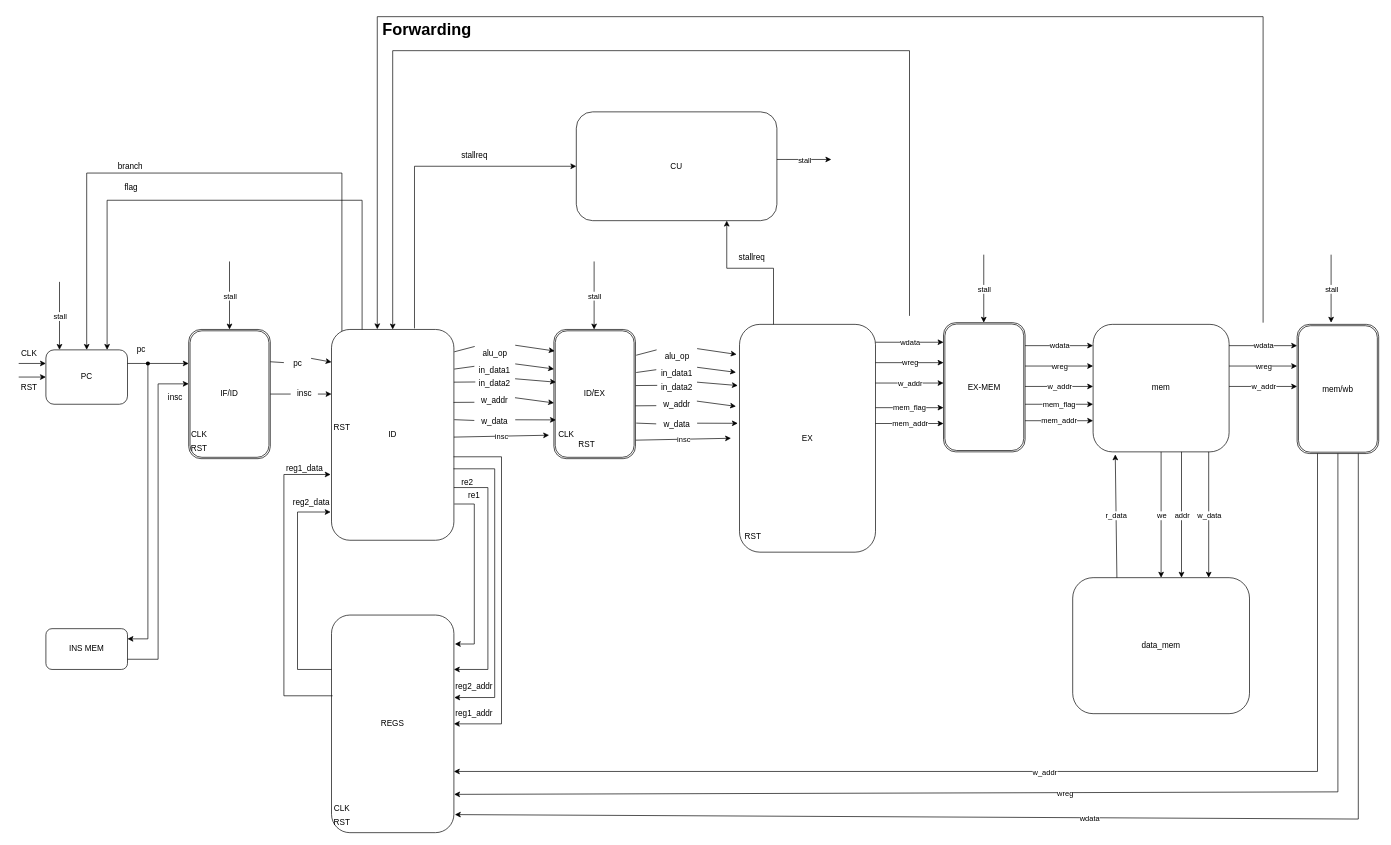
The draw.io diagram 数据通路图.drawio in davi-wang/cpu-labs, before the edit. Source tidied: cells renumbered, new cells numbered last; positions are measured from the earlier drawing's top-left corner, leaving out a move shared by most shapes. Both pictures are drawn from the tidied source at 68%, with x=0, y=0 at pixel (12, -4).
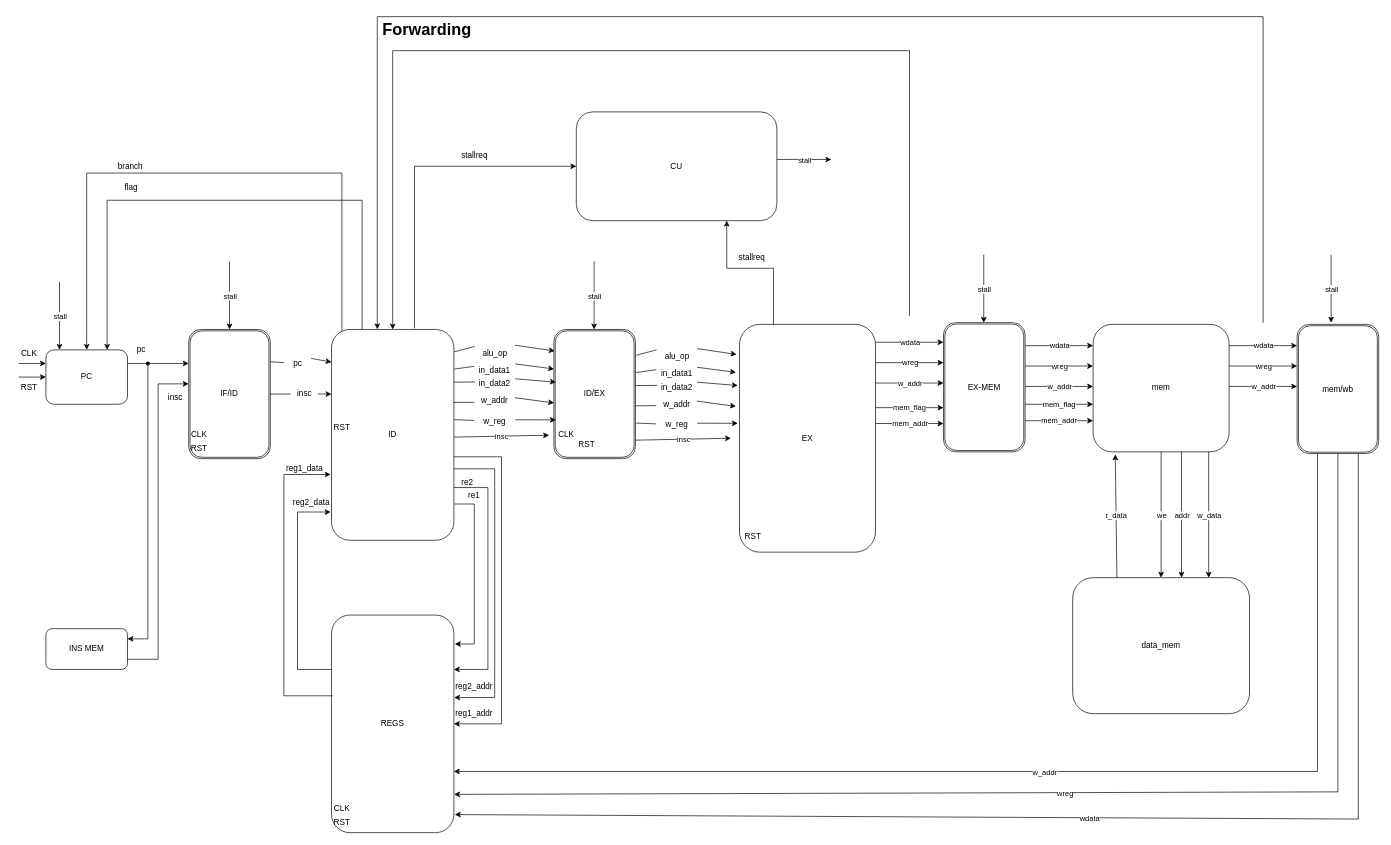
The same page after the edit.

Commit message (it also covers changes not shown here):
id edit. wait to finish

What changed in the source:
```diff
@@
-    <mxCell id="43" value="w_data" style="text;html=1;strokeColor=none;fillColor=none;align=center;verticalAlign=middle;whiteSpace=wrap;rounded=0;" parent="1" vertex="1">
+    <mxCell id="43" value="w_reg" style="text;html=1;strokeColor=none;fillColor=none;align=center;verticalAlign=middle;whiteSpace=wrap;rounded=0;" parent="1" vertex="1">
       <mxGeometry x="680" y="610" width="60" height="30" as="geometry" />
     </mxCell>
@@
-    <mxCell id="63" value="w_data" style="text;html=1;strokeColor=none;fillColor=none;align=center;verticalAlign=middle;whiteSpace=wrap;rounded=0;" parent="1" vertex="1">
+    <mxCell id="63" value="w_reg" style="text;html=1;strokeColor=none;fillColor=none;align=center;verticalAlign=middle;whiteSpace=wrap;rounded=0;" parent="1" vertex="1">
       <mxGeometry x="947.5" y="615" width="60" height="30" as="geometry" />
     </mxCell>
```
